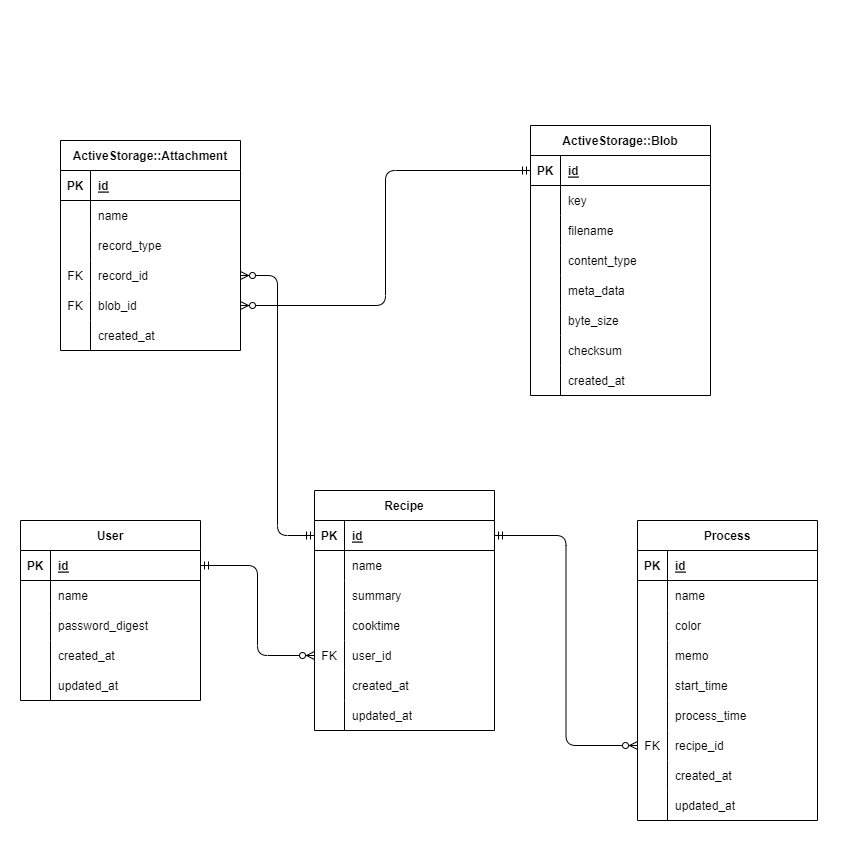
yoshihiro-kawabata/TimeCook_defenish keeps this draw.io diagram as TimeCook_ER.png. Above is the earlier version. Source tidied: cells renumbered, new cells last; positions are measured from the earlier drawing's top-left corner, leaving out a move shared by most shapes.
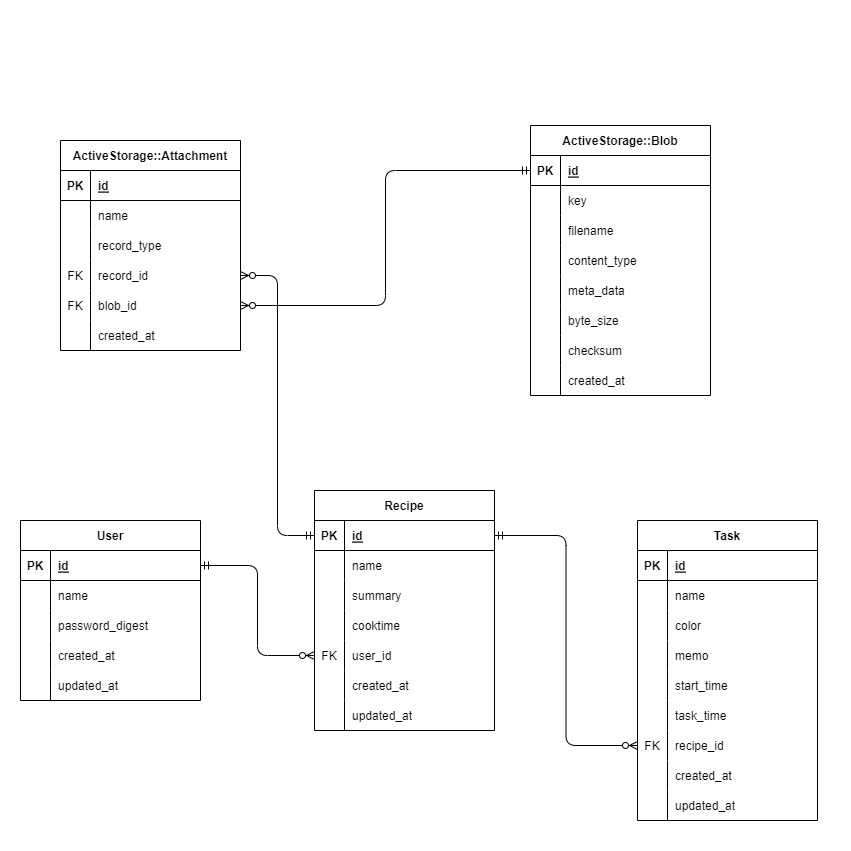
Later version of the same file.

The edit, as a diff of the source:
```diff
@@ -122,7 +122,7 @@
     <mxCell id="41" style="fontSize=12;html=1;endArrow=ERzeroToMany;startArrow=ERmandOne;exitX=1;exitY=0.5;exitDx=0;exitDy=0;entryX=0;entryY=0.5;entryDx=0;entryDy=0;strokeColor=#000000;fontColor=#000000;edgeStyle=orthogonalEdgeStyle;" parent="1" edge="1" source="4" target="32">
       <mxGeometry relative="1" as="geometry" />
     </mxCell>
-    <mxCell id="42" value="Process" style="shape=table;startSize=30;rowLines=0;fontStyle=1;align=center;strokeColor=#000000;fontColor=#000000;fillColor=none;" parent="1" vertex="1">
+    <mxCell id="42" value="Task" style="shape=table;startSize=30;rowLines=0;fontStyle=1;align=center;strokeColor=#000000;fontColor=#000000;fillColor=none;" parent="1" vertex="1">
       <mxGeometry x="637" y="520" width="180" height="300" as="geometry" />
     </mxCell>
     <mxCell id="43" style="shape=partialRectangle;fillColor=none;top=0;left=0;bottom=1;right=0;strokeColor=#000000;fontColor=#000000;" parent="42" vertex="1">
@@ -176,7 +176,7 @@
     <mxCell id="59" style="shape=partialRectangle;fillColor=none;top=0;left=0;bottom=0;right=0;overflow=hidden;strokeColor=#000000;fontColor=#000000;" parent="58" vertex="1">
       <mxGeometry width="30" height="30" as="geometry" />
     </mxCell>
-    <mxCell id="60" value="process_time" style="shape=partialRectangle;fillColor=none;top=0;left=0;bottom=0;right=0;align=left;spacingLeft=6;overflow=hidden;strokeColor=#000000;fontColor=#000000;" parent="58" vertex="1">
+    <mxCell id="60" value="task_time" style="shape=partialRectangle;fillColor=none;top=0;left=0;bottom=0;right=0;align=left;spacingLeft=6;overflow=hidden;strokeColor=#000000;fontColor=#000000;" parent="58" vertex="1">
       <mxGeometry x="30" width="150" height="30" as="geometry" />
     </mxCell>
     <mxCell id="61" style="shape=partialRectangle;fillColor=none;top=0;left=0;bottom=0;right=0;points=[[0,0.5],[1,0.5]];portConstraint=eastwest;strokeColor=#000000;fontColor=#000000;" parent="42" vertex="1">
```
